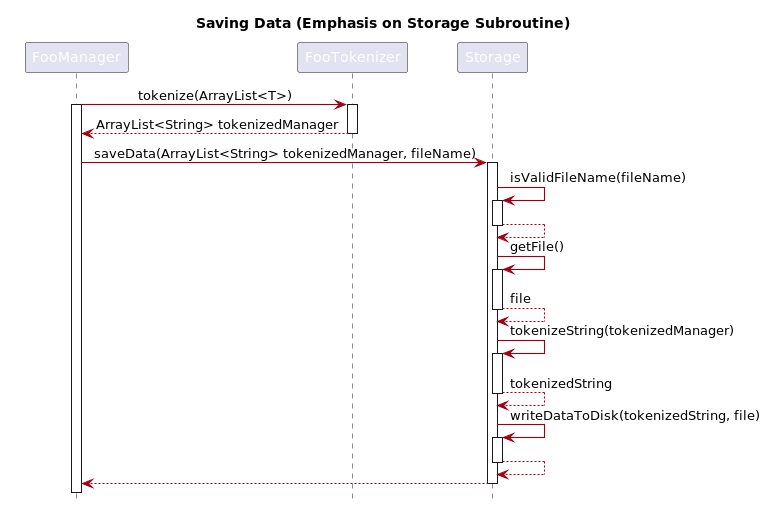
The PlantUML diagram docs/diagrams/StorageSequence-Saving_Data__Emphasis_on_Storage_Subroutine_.png in wenxin-c/tp, before a commit. Source of this version:
```plantuml
@startuml

!include style.puml
skinparam arrowThickness 1.1
skinparam arrowColor MODEL_COLOR
skinparam classBackgroundColor MODEL_COLOR

hide footbox
title Saving Data (Emphasis on Storage Subroutine)
FooManager -> FooTokenizer : tokenize(ArrayList<T>)
activate FooTokenizer
activate FooManager
FooTokenizer --> FooManager: ArrayList<String> tokenizedManager
deactivate FooTokenizer
FooManager -> Storage : saveData(ArrayList<String> tokenizedManager, fileName)
activate Storage
Storage -> Storage: isValidFileName(fileName)
activate Storage
Storage --> Storage
deactivate Storage
Storage -> Storage: getFile()
activate Storage
Storage --> Storage: file
deactivate Storage
Storage -> Storage: tokenizeString(tokenizedManager)
activate Storage
Storage --> Storage: tokenizedString
deactivate Storage
Storage -> Storage: writeDataToDisk(tokenizedString, file)
activate Storage
Storage --> Storage
deactivate Storage
Storage --> FooManager
deactivate Storage

@enduml
```
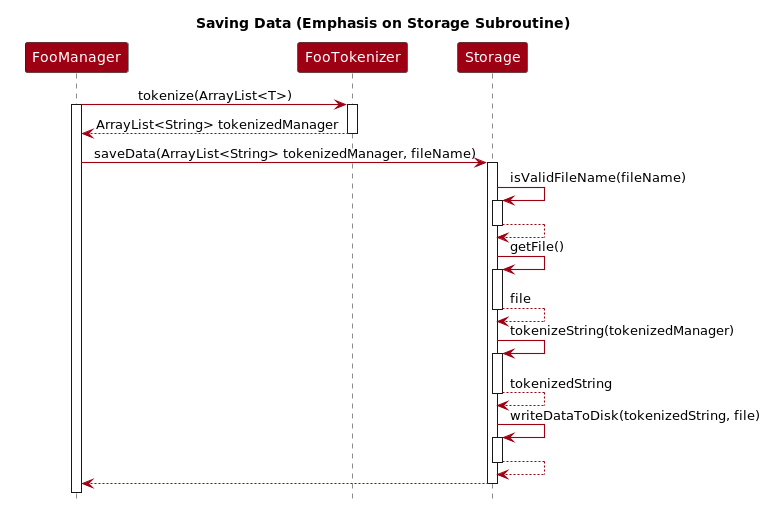
Later version of the same file.

Commit message:
Update diagram colors

What changed in the source:
```diff
@@ -4,6 +4,10 @@
 skinparam arrowThickness 1.1
 skinparam arrowColor MODEL_COLOR
 skinparam classBackgroundColor MODEL_COLOR
+
+Participant FooManager MODEL_COLOR
+Participant FooTokenizer MODEL_COLOR
+Participant Storage MODEL_COLOR
 
 hide footbox
 title Saving Data (Emphasis on Storage Subroutine)
```
